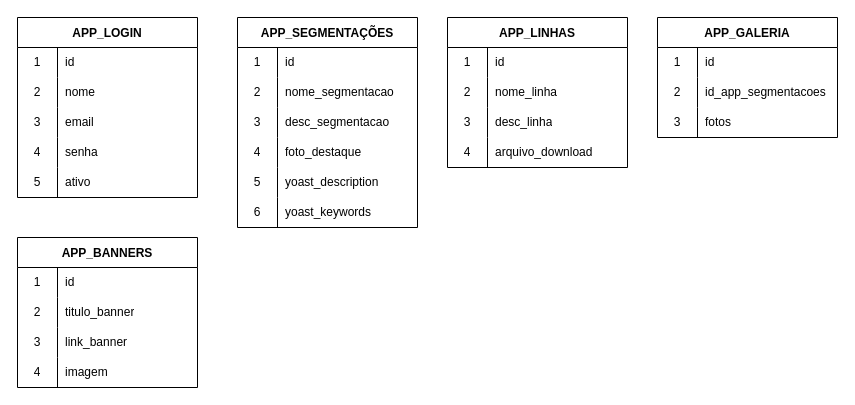
The draw.io diagram database.drawio in IgorConstant/york, before the edit. Source tidied: cells renumbered, new cells numbered last; positions are measured from the earlier drawing's top-left corner, leaving out a move shared by most shapes. Both pictures are drawn from the tidied source at 100%, with x=0, y=0 at pixel (17, 17).
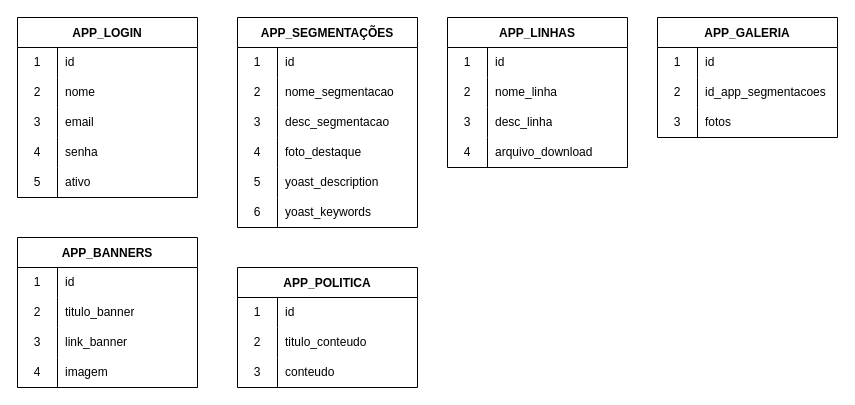
Above is the later version.

Diff of the diagram source:
```diff
@@
+    <mxCell id="73" value="APP_POLITICA" style="shape=table;startSize=30;childLayout=tableLayout;rowLines=0;fontStyle=1;" parent="1" vertex="1">
+      <mxGeometry x="220" y="250" width="180" height="120" as="geometry" />
+    </mxCell>
+    <mxCell id="74" style="shape=tableRow;horizontal=0;startSize=0;swimlaneHead=0;swimlaneBody=0;top=0;left=0;bottom=0;right=0;fillColor=none;" parent="73" vertex="1">
+      <mxGeometry y="30" width="180" height="30" as="geometry" />
+    </mxCell>
+    <mxCell id="75" value="1" style="shape=partialRectangle;html=1;whiteSpace=wrap;fillColor=none;top=0;left=0;bottom=0;right=0;overflow=hidden;" parent="74" vertex="1">
+      <mxGeometry width="40" height="30" as="geometry" />
+    </mxCell>
+    <mxCell id="76" value="id" style="shape=partialRectangle;html=1;whiteSpace=wrap;fillColor=none;top=0;left=0;bottom=0;right=0;align=left;spacingLeft=6;overflow=hidden;" parent="74" vertex="1">
+      <mxGeometry x="40" width="140" height="30" as="geometry" />
+    </mxCell>
+    <mxCell id="77" style="shape=tableRow;horizontal=0;startSize=0;swimlaneHead=0;swimlaneBody=0;top=0;left=0;bottom=0;right=0;fillColor=none;" parent="73" vertex="1">
+      <mxGeometry y="60" width="180" height="30" as="geometry" />
+    </mxCell>
+    <mxCell id="78" value="2" style="shape=partialRectangle;html=1;whiteSpace=wrap;fillColor=none;top=0;left=0;bottom=0;right=0;overflow=hidden;" parent="77" vertex="1">
+      <mxGeometry width="40" height="30" as="geometry" />
+    </mxCell>
+    <mxCell id="79" value="titulo_conteudo" style="shape=partialRectangle;html=1;whiteSpace=wrap;fillColor=none;top=0;left=0;bottom=0;right=0;align=left;spacingLeft=6;overflow=hidden;" parent="77" vertex="1">
+      <mxGeometry x="40" width="140" height="30" as="geometry" />
+    </mxCell>
+    <mxCell id="80" style="shape=tableRow;horizontal=0;startSize=0;swimlaneHead=0;swimlaneBody=0;top=0;left=0;bottom=0;right=0;fillColor=none;" parent="73" vertex="1">
+      <mxGeometry y="90" width="180" height="30" as="geometry" />
+    </mxCell>
+    <mxCell id="81" value="3" style="shape=partialRectangle;html=1;whiteSpace=wrap;fillColor=none;top=0;left=0;bottom=0;right=0;overflow=hidden;" parent="80" vertex="1">
+      <mxGeometry width="40" height="30" as="geometry" />
+    </mxCell>
+    <mxCell id="82" value="conteudo" style="shape=partialRectangle;html=1;whiteSpace=wrap;fillColor=none;top=0;left=0;bottom=0;right=0;align=left;spacingLeft=6;overflow=hidden;" parent="80" vertex="1">
+      <mxGeometry x="40" width="140" height="30" as="geometry" />
+    </mxCell>
```
